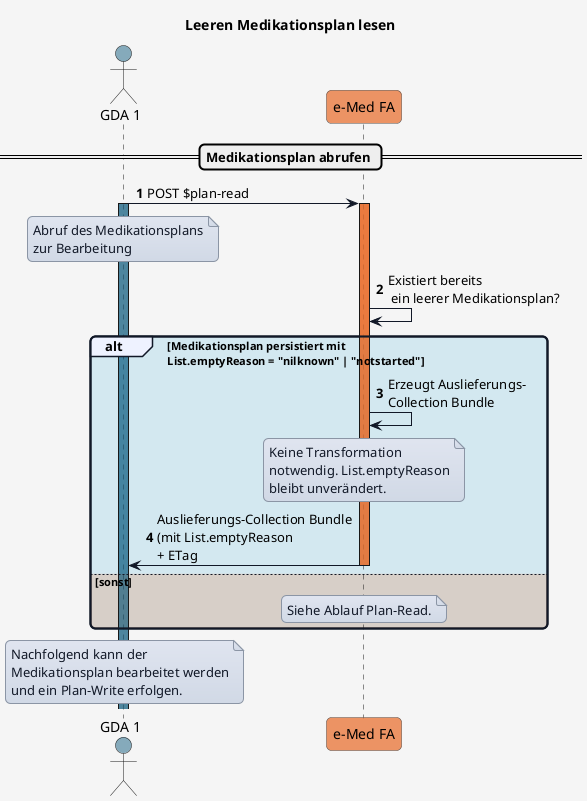
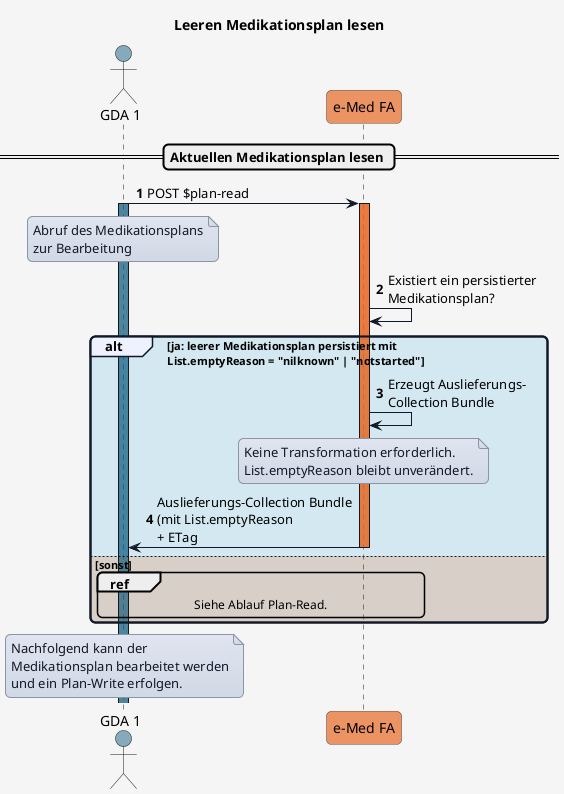
@startuml
title Leeren Medikationsplan lesen

'skinparam actorStyle awesome

skinparam borderColor #000000
skinparam backgroundColor #f5f5f5
skinparam shadowing false
skinparam roundCorner 10
skinparam defaultFontName "Arial"
'skinparam defaultFontSize 14
skinparam defaultFontColor #000000
skinparam HyperlinkColor #0000EE
skinparam HyperlinkUnderline false
skinparam BoxPadding 20
skinparam BoxBorderColor #555555

skinparam note {
  BackgroundColor #e0e5f0-#d1d9e6
  BorderColor #8b95a5
  BorderThickness 1
  RoundCorner 0
  Padding 6
  FontColor #111827
  Shadowing false
}

skinparam sequence {
  ParticipantBorderColor #555555
  ParticipantBackgroundColor #ffffff
  ParticipantFontColor #000000
  ParticipantFontSize 14
  ParticipantPadding 20
  ArrowColor #111827
  ArrowThickness 1
  ArrowFontColor #000000
  ArrowFontSize 13
  GroupBorderColor #111827
  GroupBackgroundColor #eef2ff
  GroupBorderThickness 2
}

!define COLOR_GDA_1    #15608280
!define COLOR_GDA_2    #96607D80
!define COLOR_PATIENT  #196B2480
!define COLOR_APO      #0F9ED590
!define COLOR_EMED_FA  #e97232bd
!define COLOR_E_REZEPT #cd3732a9

!define COLOR_OK       #0F9ED525
!define COLOR_ERROR    #E9713235

actor GDA_1 as "GDA 1" COLOR_GDA_1
participant eMed_FA as "e-Med FA" COLOR_EMED_FA


autonumber

- == Medikationsplan abrufen ==
+ == Aktuellen Medikationsplan lesen ==

GDA_1 -> eMed_FA: POST $plan-read
activate GDA_1 COLOR_GDA_1

note over GDA_1
Abruf des Medikationsplans
zur Bearbeitung
end note

activate eMed_FA COLOR_EMED_FA
- eMed_FA -> eMed_FA: Existiert bereits\n ein leerer Medikationsplan?
+ eMed_FA -> eMed_FA: Existiert ein persistierter\nMedikationsplan?

- 
- alt COLOR_OK Medikationsplan persistiert mit\nList.emptyReason = "nilknown" | "notstarted"
+ alt COLOR_OK ja: leerer Medikationsplan persistiert mit\nList.emptyReason = "nilknown" | "notstarted"

  eMed_FA -> eMed_FA: Erzeugt Auslieferungs-\nCollection Bundle
  note over eMed_FA
-   Keine Transformation
-   notwendig. List.emptyReason
-   bleibt unverändert.
+   Keine Transformation erforderlich.
+   List.emptyReason bleibt unverändert.
  end note
  eMed_FA -> GDA_1: Auslieferungs-Collection Bundle\n(mit List.emptyReason\n+ ETag


else COLOR_ERROR sonst
-   note over eMed_FA
+ 
+   ref over GDA_1,eMed_FA
  Siehe Ablauf Plan-Read.
-   end note
+   end ref
+ 
  deactivate eMed_FA
end

note over GDA_1
Nachfolgend kann der
Medikationsplan bearbeitet werden
und ein Plan-Write erfolgen.
end note

@enduml